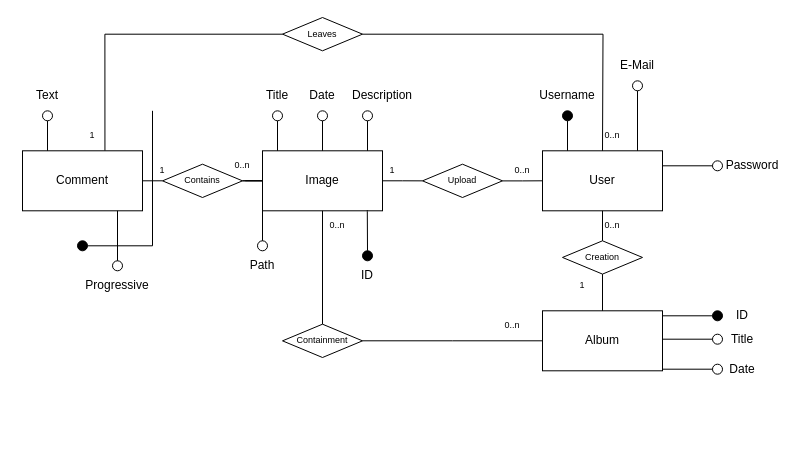
Earlier version of the draw.io diagram Design/Schema_E-R.drawio (MizuGreg/TIW-Gallery-2022-RIA). Source tidied: cells renumbered, new cells numbered last; positions are measured from the earlier drawing's top-left corner, leaving out a move shared by most shapes. Both pictures are drawn from the tidied source at 100%, with x=0, y=0 at pixel (17, 17).
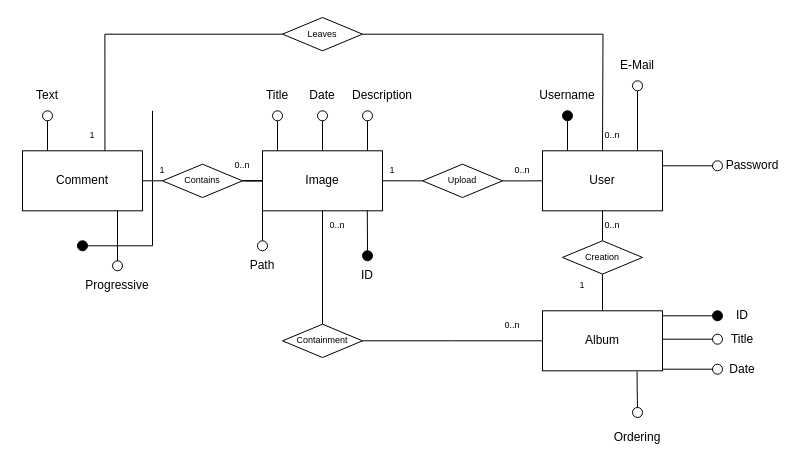
Above is the later version.

Commit message (it also covers changes not shown here):
RIA - commenti alla specifica, schema E-R, Diagramma IFML

Unchanged cells that the change refers to:
```xml
<mxCell id="20" value="Album" style="rounded=0;whiteSpace=wrap;html=1;fontSize=12;" parent="1" vertex="1">
  <mxGeometry x="525" y="293.3" width="120" height="60" as="geometry" />
</mxCell>
```

Diff of the diagram source:
```diff
@@
+    <mxCell id="72" style="ellipse;whiteSpace=wrap;html=1;fillColor=none;" parent="1" vertex="1">
+      <mxGeometry x="615" y="390" width="10" height="10" as="geometry" />
+    </mxCell>
+    <mxCell id="73" style="endArrow=none;html=1;entryX=0.5;entryY=0;entryDx=0;entryDy=0;rounded=0;exitX=0.788;exitY=1.009;exitDx=0;exitDy=0;exitPerimeter=0;edgeStyle=orthogonalEdgeStyle;curved=1;" parent="1" edge="1" source="20" target="72">
+      <mxGeometry relative="1" as="geometry">
+        <Array as="points">
+          <mxPoint x="620" y="372" />
+          <mxPoint x="620" y="372" />
+        </Array>
+      </mxGeometry>
+    </mxCell>
+    <mxCell id="74" value="Ordering" style="text;html=1;strokeColor=none;fillColor=none;align=center;verticalAlign=middle;whiteSpace=wrap;rounded=0;" parent="1" vertex="1">
+      <mxGeometry x="590" y="405" width="60" height="30" as="geometry" />
+    </mxCell>
```
